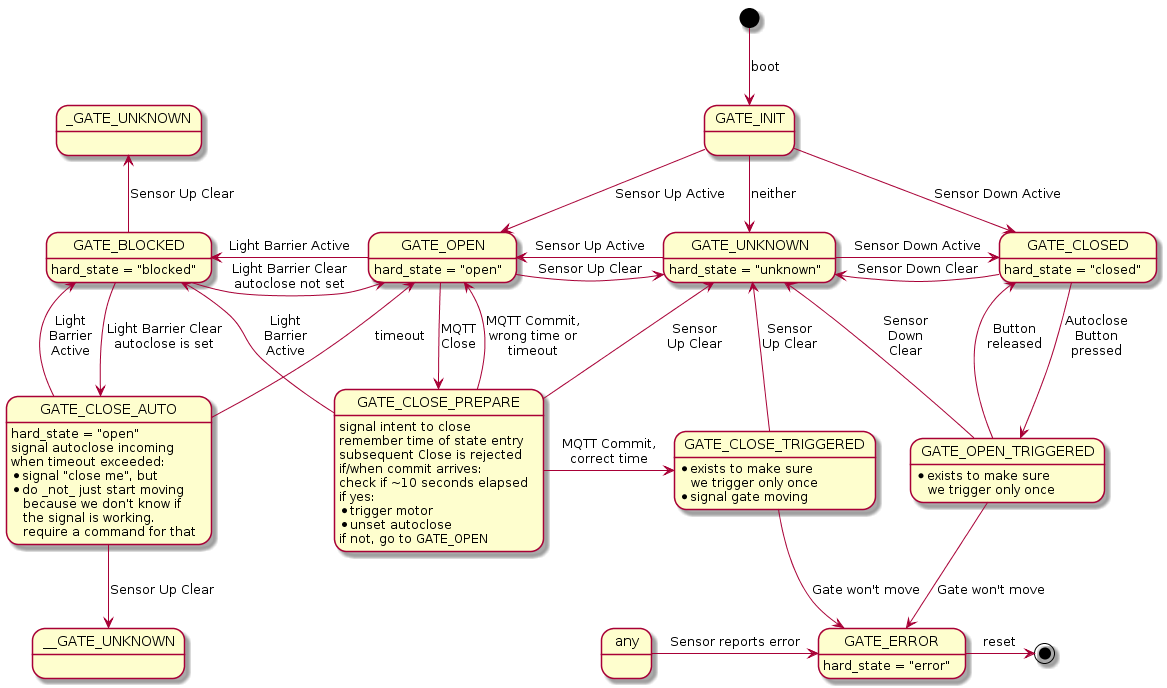
Svedrin/gatecontrol keeps this PlantUML diagram as docs/statemachine.png. Above is the earlier version.
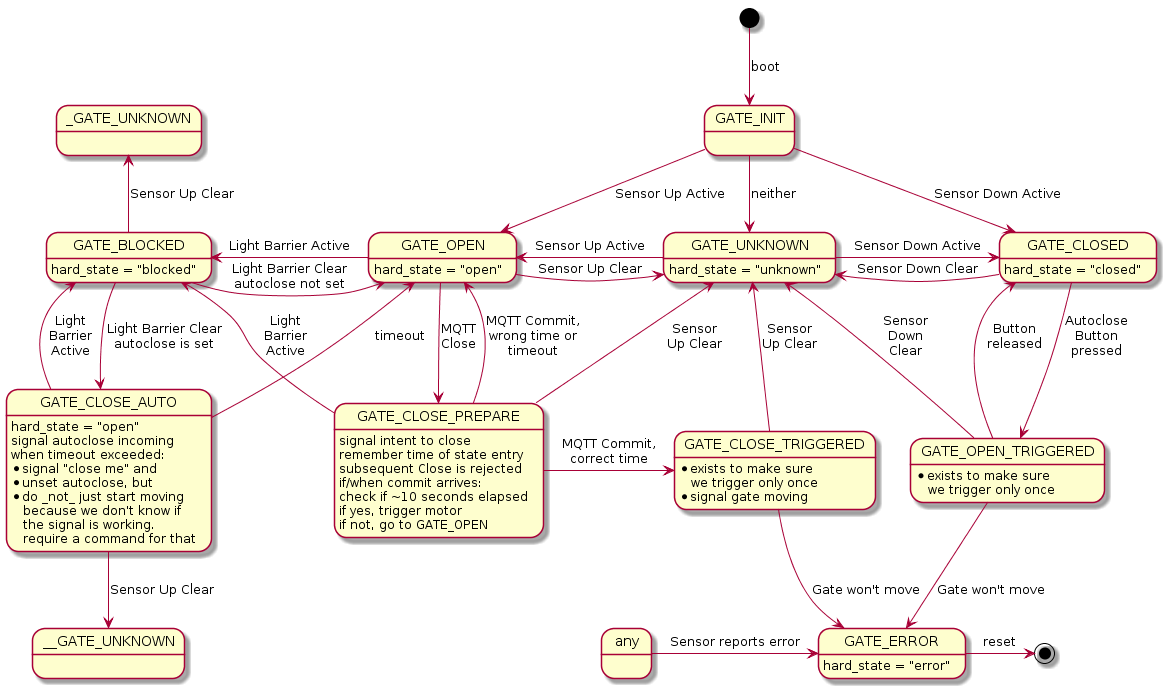
The same file after the commit.

Commit message:
unset autoclose when triggered

Diff of the diagram source:
```diff
@@ -29,7 +29,8 @@
 GATE_CLOSE_AUTO : hard_state = "open"
 GATE_CLOSE_AUTO : signal autoclose incoming
 GATE_CLOSE_AUTO : when timeout exceeded:
-GATE_CLOSE_AUTO : * signal "close me", but
+GATE_CLOSE_AUTO : * signal "close me" and
+GATE_CLOSE_AUTO : * unset autoclose, but
 GATE_CLOSE_AUTO : * do _not_ just start moving\n   because we don't know if\n   the signal is working.\n   require a command for that
 
 GATE_OPEN    -down->  GATE_CLOSE_PREPARE : MQTT\nClose
@@ -38,9 +39,7 @@
 GATE_CLOSE_PREPARE: subsequent Close is rejected
 GATE_CLOSE_PREPARE: if/when commit arrives:
 GATE_CLOSE_PREPARE: check if ~10 seconds elapsed
-GATE_CLOSE_PREPARE: if yes:
-GATE_CLOSE_PREPARE: * trigger motor
-GATE_CLOSE_PREPARE: * unset autoclose
+GATE_CLOSE_PREPARE: if yes, trigger motor
 GATE_CLOSE_PREPARE: if not, go to GATE_OPEN
 
 GATE_CLOSE_PREPARE   -up->     GATE_BLOCKED         : Light\nBarrier\nActive
```
